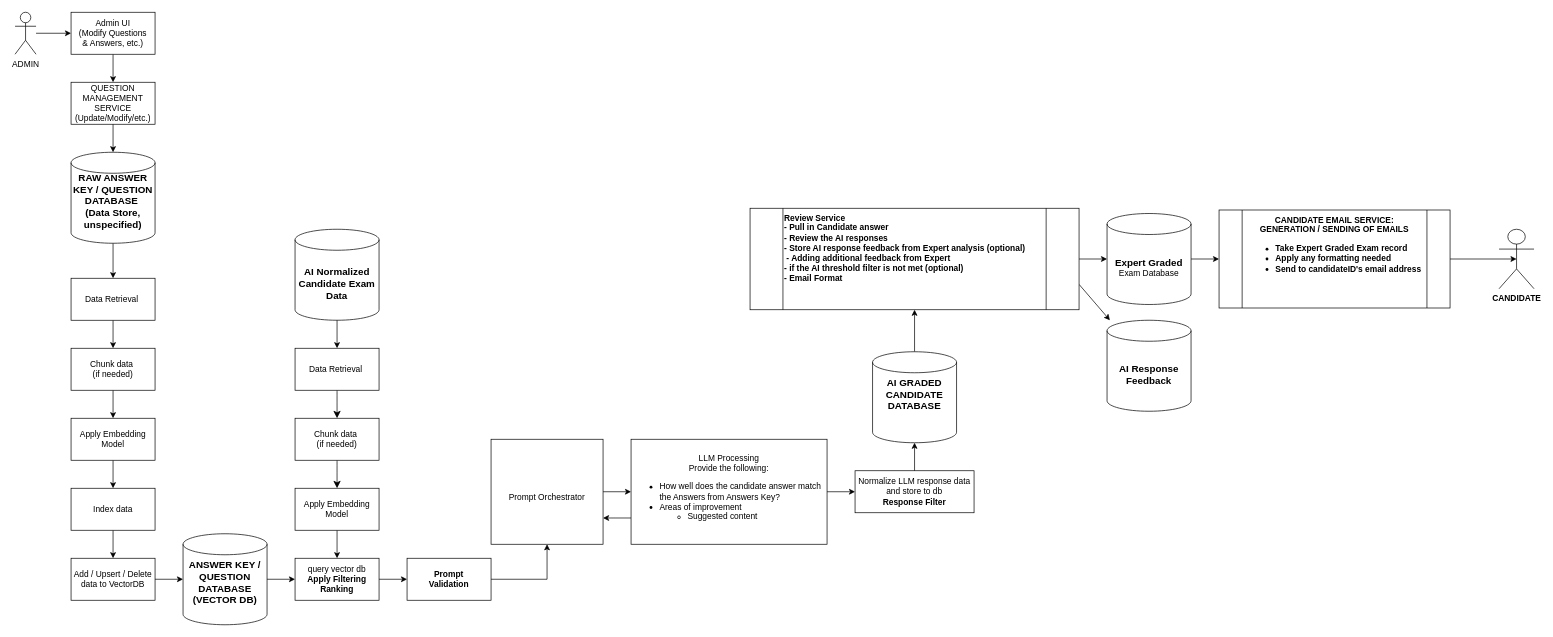
Before: diagrams/short-answer-grader-ai.drawio in mmat1/skynet-ai-2025, a draw.io diagram. Source tidied: cells renumbered, new cells numbered last; positions are measured from the earlier drawing's top-left corner, leaving out a move shared by most shapes. Both pictures are drawn from the tidied source at 70%, with x=0, y=0 at pixel (15, 12).
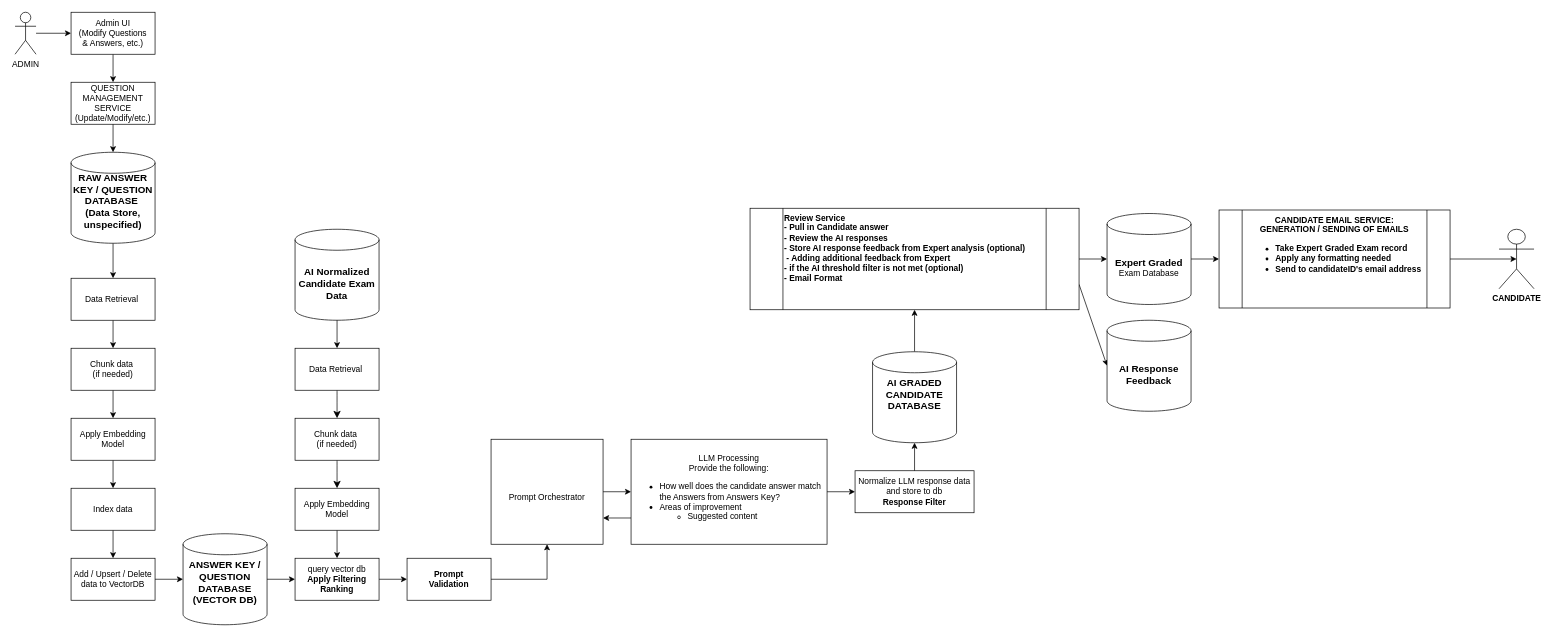
The same diagram, later.

Commit message:
adjust arrow for diagram

The change refers to these unchanged cells:
```xml
<mxCell id="44" value="&lt;b&gt;Review Service&lt;br&gt;- Pull in Candidate answer&lt;br&gt;-&amp;nbsp;Review the AI responses&lt;br&gt;- Store AI response feedback from Expert analysis (optional)&lt;br&gt;&amp;nbsp;- Adding additional feedback from Expert&lt;br&gt;&lt;/b&gt;&lt;b style=&quot;border-color: var(--border-color);&quot;&gt;- if the AI threshold filter is not met (optional)&lt;/b&gt;&lt;b&gt;&lt;br&gt;- Email Format&lt;br&gt;&lt;/b&gt;" style="shape=process;whiteSpace=wrap;html=1;backgroundOutline=1;verticalAlign=top;align=left;" parent="1" vertex="1">
  <mxGeometry x="1050" y="280" width="470" height="145" as="geometry" />
</mxCell>
<mxCell id="45" value="&lt;span style=&quot;font-size: 14px;&quot;&gt;&lt;b&gt;AI Response&lt;br&gt;Feedback&lt;br&gt;&lt;/b&gt;&lt;/span&gt;" style="shape=cylinder3;whiteSpace=wrap;html=1;boundedLbl=1;backgroundOutline=1;size=15;strokeColor=default;align=center;verticalAlign=middle;fontFamily=Helvetica;fontSize=12;fontColor=default;fillColor=default;" parent="1" vertex="1">
  <mxGeometry x="1560" y="440" width="120" height="130" as="geometry" />
</mxCell>
```

The edit, as a diff of the source:
```diff
@@
-    <mxCell id="43" style="edgeStyle=none;html=1;exitX=1;exitY=0.75;exitDx=0;exitDy=0;" parent="1" edge="1" source="44" target="45">
+    <mxCell id="43" style="edgeStyle=none;html=1;exitX=1;exitY=0.75;exitDx=0;exitDy=0;entryX=0;entryY=0.5;entryDx=0;entryDy=0;entryPerimeter=0;" parent="1" edge="1" source="44" target="45">
       <mxGeometry relative="1" as="geometry" />
     </mxCell>
```
